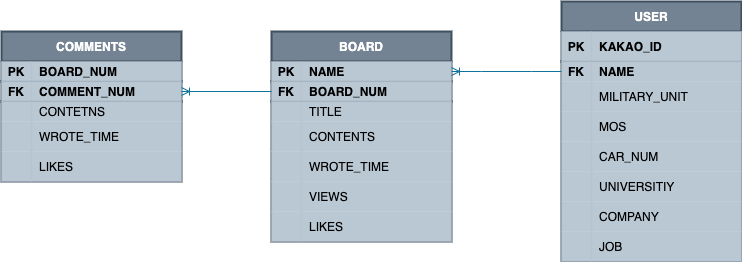
joyoonsik/ROTCIN_ERD keeps this draw.io diagram as ROTCIN.drawio.png. Above is the earlier version. Source tidied: cells renumbered, new cells last; positions are measured from the earlier drawing's top-left corner, leaving out a move shared by most shapes.
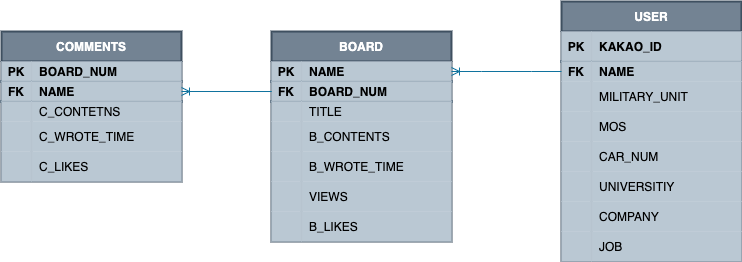
The same file after the commit.

Diff of the diagram source:
```diff
@@ -113,7 +113,7 @@
     <mxCell id="38" style="shape=partialRectangle;fillColor=#bac8d3;top=0;left=0;bottom=0;right=0;overflow=hidden;strokeColor=#23445d;strokeWidth=2;opacity=90;" parent="37" vertex="1">
       <mxGeometry width="30" height="30" as="geometry" />
     </mxCell>
-    <mxCell id="39" value="CONTENTS" style="shape=partialRectangle;fillColor=#bac8d3;top=0;left=0;bottom=0;right=0;align=left;spacingLeft=6;overflow=hidden;strokeColor=#23445d;strokeWidth=2;opacity=90;" parent="37" vertex="1">
+    <mxCell id="39" value="B_CONTENTS" style="shape=partialRectangle;fillColor=#bac8d3;top=0;left=0;bottom=0;right=0;align=left;spacingLeft=6;overflow=hidden;strokeColor=#23445d;strokeWidth=2;opacity=90;" parent="37" vertex="1">
       <mxGeometry x="30" width="150" height="30" as="geometry" />
     </mxCell>
     <mxCell id="40" style="shape=partialRectangle;fillColor=#bac8d3;top=0;left=0;bottom=0;right=0;strokeColor=#23445d;strokeWidth=2;opacity=90;" parent="27" vertex="1">
@@ -122,7 +122,7 @@
     <mxCell id="41" style="shape=partialRectangle;fillColor=#bac8d3;top=0;left=0;bottom=0;right=0;overflow=hidden;strokeColor=#23445d;strokeWidth=2;opacity=90;" parent="40" vertex="1">
       <mxGeometry width="30" height="30" as="geometry" />
     </mxCell>
-    <mxCell id="42" value="WROTE_TIME" style="shape=partialRectangle;fillColor=#bac8d3;top=0;left=0;bottom=0;right=0;align=left;spacingLeft=6;overflow=hidden;strokeColor=#23445d;strokeWidth=2;opacity=90;" parent="40" vertex="1">
+    <mxCell id="42" value="B_WROTE_TIME" style="shape=partialRectangle;fillColor=#bac8d3;top=0;left=0;bottom=0;right=0;align=left;spacingLeft=6;overflow=hidden;strokeColor=#23445d;strokeWidth=2;opacity=90;" parent="40" vertex="1">
       <mxGeometry x="30" width="150" height="30" as="geometry" />
     </mxCell>
     <mxCell id="43" style="shape=partialRectangle;fillColor=#bac8d3;top=0;left=0;bottom=0;right=0;strokeColor=#23445d;strokeWidth=2;opacity=90;" parent="27" vertex="1">
@@ -140,7 +140,7 @@
     <mxCell id="47" style="shape=partialRectangle;fillColor=#bac8d3;top=0;left=0;bottom=0;right=0;overflow=hidden;strokeColor=#23445d;strokeWidth=2;opacity=90;" parent="46" vertex="1">
       <mxGeometry width="30" height="30" as="geometry" />
     </mxCell>
-    <mxCell id="48" value="LIKES" style="shape=partialRectangle;fillColor=#bac8d3;top=0;left=0;bottom=0;right=0;align=left;spacingLeft=6;overflow=hidden;strokeColor=#23445d;strokeWidth=2;opacity=90;" parent="46" vertex="1">
+    <mxCell id="48" value="B_LIKES" style="shape=partialRectangle;fillColor=#bac8d3;top=0;left=0;bottom=0;right=0;align=left;spacingLeft=6;overflow=hidden;strokeColor=#23445d;strokeWidth=2;opacity=90;" parent="46" vertex="1">
       <mxGeometry x="30" width="150" height="30" as="geometry" />
     </mxCell>
     <mxCell id="49" style="edgeStyle=entityRelationEdgeStyle;fontSize=12;html=1;endArrow=ERoneToMany;rounded=0;entryX=1;entryY=0.5;entryDx=0;entryDy=0;fillColor=#b1ddf0;strokeColor=#10739e;" parent="1" edge="1" source="6" target="28">
@@ -164,7 +164,7 @@
     <mxCell id="55" value="FK" style="shape=partialRectangle;fillColor=#bac8d3;top=0;left=0;bottom=0;right=0;fontStyle=1;overflow=hidden;strokeColor=#23445d;strokeWidth=2;opacity=90;" parent="54" vertex="1">
       <mxGeometry width="30" height="20" as="geometry" />
     </mxCell>
-    <mxCell id="56" value="COMMENT_NUM" style="shape=partialRectangle;fillColor=#bac8d3;top=0;left=0;bottom=0;right=0;align=left;spacingLeft=6;fontStyle=1;overflow=hidden;strokeColor=#23445d;strokeWidth=2;opacity=90;" parent="54" vertex="1">
+    <mxCell id="56" value="NAME" style="shape=partialRectangle;fillColor=#bac8d3;top=0;left=0;bottom=0;right=0;align=left;spacingLeft=6;fontStyle=1;overflow=hidden;strokeColor=#23445d;strokeWidth=2;opacity=90;" parent="54" vertex="1">
       <mxGeometry x="30" width="150" height="20" as="geometry" />
     </mxCell>
     <mxCell id="57" style="shape=partialRectangle;fillColor=#bac8d3;top=0;left=0;bottom=0;right=0;strokeColor=#23445d;strokeWidth=2;opacity=90;" parent="50" vertex="1">
@@ -173,7 +173,7 @@
     <mxCell id="58" style="shape=partialRectangle;fillColor=#bac8d3;top=0;left=0;bottom=0;right=0;overflow=hidden;strokeColor=#23445d;strokeWidth=2;opacity=90;" parent="57" vertex="1">
       <mxGeometry width="30" height="20" as="geometry" />
     </mxCell>
-    <mxCell id="59" value="CONTETNS" style="shape=partialRectangle;fillColor=#bac8d3;top=0;left=0;bottom=0;right=0;align=left;spacingLeft=6;overflow=hidden;strokeColor=#23445d;strokeWidth=2;opacity=90;" parent="57" vertex="1">
+    <mxCell id="59" value="C_CONTETNS" style="shape=partialRectangle;fillColor=#bac8d3;top=0;left=0;bottom=0;right=0;align=left;spacingLeft=6;overflow=hidden;strokeColor=#23445d;strokeWidth=2;opacity=90;" parent="57" vertex="1">
       <mxGeometry x="30" width="150" height="20" as="geometry" />
     </mxCell>
     <mxCell id="60" style="shape=partialRectangle;fillColor=#bac8d3;top=0;left=0;bottom=0;right=0;strokeColor=#23445d;strokeWidth=2;opacity=90;" parent="50" vertex="1">
@@ -182,7 +182,7 @@
     <mxCell id="61" style="shape=partialRectangle;fillColor=#bac8d3;top=0;left=0;bottom=0;right=0;overflow=hidden;strokeColor=#23445d;strokeWidth=2;opacity=90;" parent="60" vertex="1">
       <mxGeometry width="30" height="30" as="geometry" />
     </mxCell>
-    <mxCell id="62" value="WROTE_TIME" style="shape=partialRectangle;fillColor=#bac8d3;top=0;left=0;bottom=0;right=0;align=left;spacingLeft=6;overflow=hidden;strokeColor=#23445d;strokeWidth=2;opacity=90;" parent="60" vertex="1">
+    <mxCell id="62" value="C_WROTE_TIME" style="shape=partialRectangle;fillColor=#bac8d3;top=0;left=0;bottom=0;right=0;align=left;spacingLeft=6;overflow=hidden;strokeColor=#23445d;strokeWidth=2;opacity=90;" parent="60" vertex="1">
       <mxGeometry x="30" width="150" height="30" as="geometry" />
     </mxCell>
     <mxCell id="63" style="shape=partialRectangle;fillColor=#bac8d3;top=0;left=0;bottom=0;right=0;strokeColor=#23445d;strokeWidth=2;opacity=90;" parent="50" vertex="1">
@@ -191,7 +191,7 @@
     <mxCell id="64" style="shape=partialRectangle;fillColor=#bac8d3;top=0;left=0;bottom=0;right=0;overflow=hidden;strokeColor=#23445d;strokeWidth=2;opacity=90;" parent="63" vertex="1">
       <mxGeometry width="30" height="30" as="geometry" />
     </mxCell>
-    <mxCell id="65" value="LIKES" style="shape=partialRectangle;fillColor=#bac8d3;top=0;left=0;bottom=0;right=0;align=left;spacingLeft=6;overflow=hidden;strokeColor=#23445d;strokeWidth=2;opacity=90;" parent="63" vertex="1">
+    <mxCell id="65" value="C_LIKES" style="shape=partialRectangle;fillColor=#bac8d3;top=0;left=0;bottom=0;right=0;align=left;spacingLeft=6;overflow=hidden;strokeColor=#23445d;strokeWidth=2;opacity=90;" parent="63" vertex="1">
       <mxGeometry x="30" width="150" height="30" as="geometry" />
     </mxCell>
     <mxCell id="66" style="edgeStyle=entityRelationEdgeStyle;fontSize=12;html=1;endArrow=ERoneToMany;rounded=0;entryX=1;entryY=0.5;entryDx=0;entryDy=0;fillColor=#b1ddf0;strokeColor=#10739e;" parent="1" edge="1" target="54">
```
